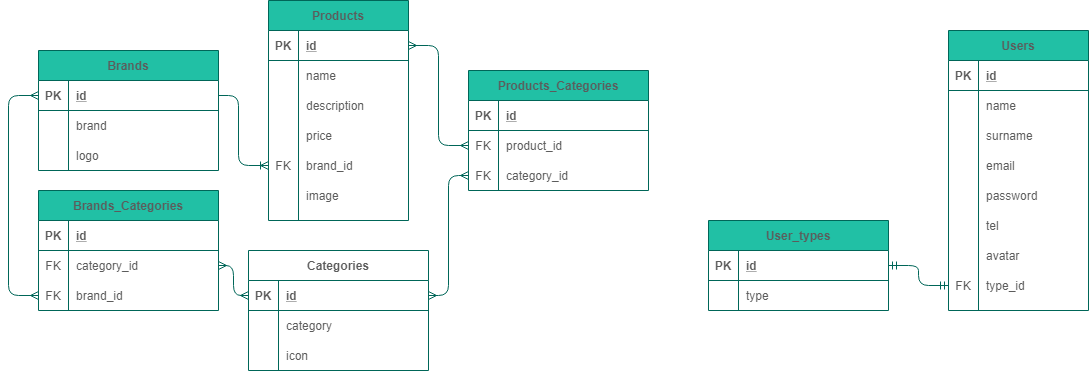
The draw.io diagram design/DER-toolbox.png in marianoueb/grupo_2_nombreadefinir, before a commit. Source tidied: cells renumbered, new cells last; positions are measured from the earlier drawing's top-left corner, leaving out a move shared by most shapes.
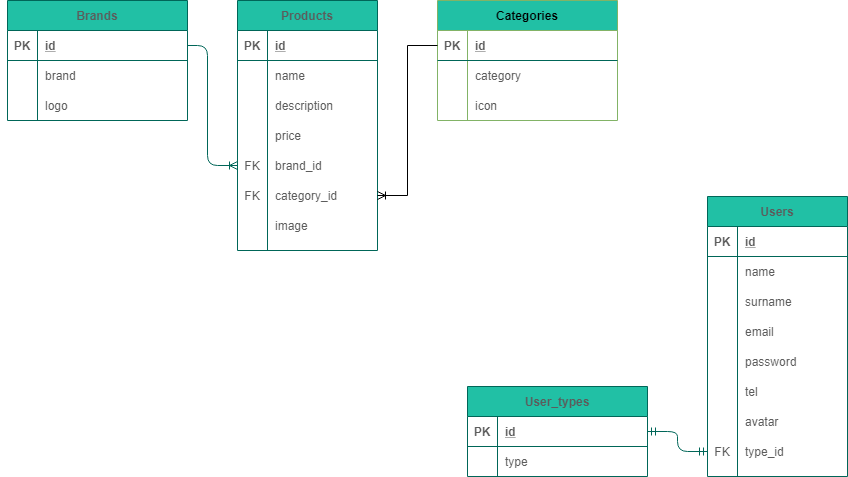
After the commit.

The edit, as a diff of the source:
```diff
@@ -3,7 +3,7 @@
     <mxCell id="0" />
     <mxCell id="1" parent="0" />
     <mxCell id="2" value="Users" style="shape=table;startSize=30;rowLines=0;fontStyle=1;align=center;fillColor=#21C0A5;strokeColor=#006658;fontColor=#5C5C5C;" parent="1" vertex="1">
-      <mxGeometry x="970" y="30" width="140" height="280" as="geometry" />
+      <mxGeometry x="840" y="310" width="140" height="280" as="geometry" />
     </mxCell>
     <mxCell id="3" style="shape=partialRectangle;fillColor=none;top=0;left=0;bottom=1;right=0;strokeColor=#006658;fontColor=#5C5C5C;" parent="2" vertex="1">
       <mxGeometry y="30" width="140" height="30" as="geometry" />
@@ -78,7 +78,7 @@
       <mxGeometry x="30" width="110" height="30" as="geometry" />
     </mxCell>
     <mxCell id="27" value="Products" style="shape=table;startSize=30;rowLines=0;fontStyle=1;align=center;fillColor=#21C0A5;strokeColor=#006658;fontColor=#5C5C5C;" parent="1" vertex="1">
-      <mxGeometry x="290" width="140" height="220" as="geometry" />
+      <mxGeometry x="370" y="114" width="140" height="250" as="geometry" />
     </mxCell>
     <mxCell id="28" style="shape=partialRectangle;fillColor=none;top=0;left=0;bottom=1;right=0;points=[[0,0.5],[1,0.5]];portConstraint=eastwest;strokeColor=#006658;fontColor=#5C5C5C;" parent="27" vertex="1">
       <mxGeometry y="30" width="140" height="30" as="geometry" />
@@ -125,8 +125,17 @@
     <mxCell id="42" value="brand_id" style="shape=partialRectangle;fillColor=none;top=0;left=0;bottom=0;right=0;align=left;spacingLeft=6;overflow=hidden;strokeColor=#006658;fontColor=#5C5C5C;" parent="40" vertex="1">
       <mxGeometry x="30" width="110" height="30" as="geometry" />
     </mxCell>
+    <mxCell id="100" style="shape=partialRectangle;fillColor=none;top=0;left=0;bottom=0;right=0;points=[[0,0.5],[1,0.5]];portConstraint=eastwest;strokeColor=#006658;fontColor=#5C5C5C;" parent="27" vertex="1">
+      <mxGeometry y="180" width="140" height="30" as="geometry" />
+    </mxCell>
+    <mxCell id="101" value="FK" style="shape=partialRectangle;fillColor=none;top=0;left=0;bottom=0;right=0;overflow=hidden;strokeColor=#006658;fontColor=#5C5C5C;" parent="100" vertex="1">
+      <mxGeometry width="30" height="30" as="geometry" />
+    </mxCell>
+    <mxCell id="102" value="category_id" style="shape=partialRectangle;fillColor=none;top=0;left=0;bottom=0;right=0;align=left;spacingLeft=6;overflow=hidden;strokeColor=#006658;fontColor=#5C5C5C;" parent="100" vertex="1">
+      <mxGeometry x="30" width="110" height="30" as="geometry" />
+    </mxCell>
     <mxCell id="43" style="shape=partialRectangle;fillColor=none;top=0;left=0;bottom=0;right=0;strokeColor=#006658;fontColor=#5C5C5C;" parent="27" vertex="1">
-      <mxGeometry y="180" width="140" height="30" as="geometry" />
+      <mxGeometry y="210" width="140" height="30" as="geometry" />
     </mxCell>
     <mxCell id="44" style="shape=partialRectangle;fillColor=none;top=0;left=0;bottom=0;right=0;overflow=hidden;strokeColor=#006658;fontColor=#5C5C5C;" parent="43" vertex="1">
       <mxGeometry width="30" height="30" as="geometry" />
@@ -134,8 +143,8 @@
     <mxCell id="45" value="image" style="shape=partialRectangle;fillColor=none;top=0;left=0;bottom=0;right=0;align=left;spacingLeft=6;overflow=hidden;strokeColor=#006658;fontColor=#5C5C5C;" parent="43" vertex="1">
       <mxGeometry x="30" width="110" height="30" as="geometry" />
     </mxCell>
-    <mxCell id="46" value="Brands" style="shape=table;startSize=30;rowLines=0;fontStyle=1;align=center;fillColor=#21C0A5;strokeColor=#006658;fontColor=#5C5C5C;" parent="1" vertex="1">
-      <mxGeometry x="60" y="50" width="180" height="120" as="geometry" />
+    <mxCell id="46" value="Brands" style="shape=table;startSize=30;rowLines=0;fontStyle=1;align=center;strokeColor=#006658;fontColor=#5C5C5C;fillColor=#21C0A5;" parent="1" vertex="1">
+      <mxGeometry x="140" y="114" width="180" height="120" as="geometry" />
     </mxCell>
     <mxCell id="47" style="shape=partialRectangle;fillColor=none;top=0;left=0;bottom=1;right=0;points=[[0,0.5],[1,0.5]];portConstraint=eastwest;strokeColor=#006658;fontColor=#5C5C5C;" parent="46" vertex="1">
       <mxGeometry y="30" width="180" height="30" as="geometry" />
@@ -164,8 +173,8 @@
     <mxCell id="55" value="logo" style="shape=partialRectangle;fillColor=none;top=0;left=0;bottom=0;right=0;align=left;spacingLeft=6;overflow=hidden;strokeColor=#006658;fontColor=#5C5C5C;" parent="53" vertex="1">
       <mxGeometry x="30" width="150" height="30" as="geometry" />
     </mxCell>
-    <mxCell id="56" value="Categories" style="shape=table;startSize=30;rowLines=0;fontStyle=1;align=center;strokeColor=#006658;fontColor=#5C5C5C;fillColor=none;" parent="1" vertex="1">
-      <mxGeometry x="270" y="250" width="180" height="120" as="geometry" />
+    <mxCell id="56" value="Categories" style="shape=table;startSize=30;rowLines=0;fontStyle=1;align=center;strokeColor=#82b366;fillColor=#21C0A5;" parent="1" vertex="1">
+      <mxGeometry x="570" y="114" width="180" height="120" as="geometry" />
     </mxCell>
     <mxCell id="57" style="shape=partialRectangle;fillColor=none;top=0;left=0;bottom=1;right=0;points=[[0,0.5],[1,0.5]];portConstraint=eastwest;strokeColor=#006658;fontColor=#5C5C5C;" parent="56" vertex="1">
       <mxGeometry y="30" width="180" height="30" as="geometry" />
@@ -195,7 +204,7 @@
       <mxGeometry x="30" width="150" height="30" as="geometry" />
     </mxCell>
     <mxCell id="66" value="User_types" style="shape=table;startSize=30;rowLines=0;fontStyle=1;align=center;fillColor=#21C0A5;strokeColor=#006658;fontColor=#5C5C5C;" parent="1" vertex="1">
-      <mxGeometry x="730" y="220" width="180" height="90" as="geometry" />
+      <mxGeometry x="600" y="500" width="180" height="90" as="geometry" />
     </mxCell>
     <mxCell id="67" style="shape=partialRectangle;fillColor=none;top=0;left=0;bottom=1;right=0;points=[[0,0.5],[1,0.5]];portConstraint=eastwest;strokeColor=#006658;fontColor=#5C5C5C;" parent="66" vertex="1">
       <mxGeometry y="30" width="180" height="30" as="geometry" />
@@ -221,93 +230,16 @@
     <mxCell id="74" style="edgeStyle=entityRelationEdgeStyle;fontSize=12;html=1;endArrow=ERoneToMany;fontColor=#5C5C5C;entryX=0;entryY=0.5;entryDx=0;entryDy=0;exitX=0;exitY=0.5;exitDx=0;exitDy=0;strokeColor=none;" parent="1" edge="1" source="47" target="40">
       <mxGeometry relative="1" as="geometry" />
     </mxCell>
-    <mxCell id="75" style="edgeStyle=elbowEdgeStyle;fontSize=12;html=1;endArrow=ERmany;startArrow=ERmany;exitX=1;exitY=0.5;exitDx=0;exitDy=0;strokeColor=#006658;fontColor=#5C5C5C;entryX=0;entryY=0.5;entryDx=0;entryDy=0;" parent="1" edge="1" source="28" target="93">
-      <mxGeometry relative="1" as="geometry">
-        <Array as="points">
-          <mxPoint x="460" y="80" />
-        </Array>
-      </mxGeometry>
-    </mxCell>
-    <mxCell id="76" value="Brands_Categories" style="shape=table;startSize=30;rowLines=0;fontStyle=1;align=center;fillColor=#21C0A5;strokeColor=#006658;fontColor=#5C5C5C;" parent="1" vertex="1">
-      <mxGeometry x="60" y="190" width="180" height="120" as="geometry" />
-    </mxCell>
-    <mxCell id="77" style="shape=partialRectangle;fillColor=none;top=0;left=0;bottom=1;right=0;strokeColor=#006658;fontColor=#5C5C5C;" parent="76" vertex="1">
-      <mxGeometry y="30" width="180" height="30" as="geometry" />
-    </mxCell>
-    <mxCell id="78" value="PK" style="shape=partialRectangle;fillColor=none;top=0;left=0;bottom=0;right=0;fontStyle=1;overflow=hidden;strokeColor=#006658;fontColor=#5C5C5C;" parent="77" vertex="1">
-      <mxGeometry width="30" height="30" as="geometry" />
-    </mxCell>
-    <mxCell id="79" value="id" style="shape=partialRectangle;fillColor=none;top=0;left=0;bottom=0;right=0;align=left;spacingLeft=6;fontStyle=5;overflow=hidden;strokeColor=#006658;fontColor=#5C5C5C;" parent="77" vertex="1">
-      <mxGeometry x="30" width="150" height="30" as="geometry" />
-    </mxCell>
-    <mxCell id="80" style="shape=partialRectangle;fillColor=none;top=0;left=0;bottom=0;right=0;points=[[0,0.5],[1,0.5]];portConstraint=eastwest;strokeColor=#006658;fontColor=#5C5C5C;" parent="76" vertex="1">
-      <mxGeometry y="60" width="180" height="30" as="geometry" />
-    </mxCell>
-    <mxCell id="81" value="FK" style="shape=partialRectangle;fillColor=none;top=0;left=0;bottom=0;right=0;overflow=hidden;strokeColor=#006658;fontColor=#5C5C5C;" parent="80" vertex="1">
-      <mxGeometry width="30" height="30" as="geometry" />
-    </mxCell>
-    <mxCell id="82" value="category_id" style="shape=partialRectangle;fillColor=none;top=0;left=0;bottom=0;right=0;align=left;spacingLeft=6;overflow=hidden;strokeColor=#006658;fontColor=#5C5C5C;" parent="80" vertex="1">
-      <mxGeometry x="30" width="150" height="30" as="geometry" />
-    </mxCell>
-    <mxCell id="83" style="shape=partialRectangle;fillColor=none;top=0;left=0;bottom=0;right=0;points=[[0,0.5],[1,0.5]];portConstraint=eastwest;strokeColor=#006658;fontColor=#5C5C5C;" parent="76" vertex="1">
-      <mxGeometry y="90" width="180" height="30" as="geometry" />
-    </mxCell>
-    <mxCell id="84" value="FK" style="shape=partialRectangle;fillColor=none;top=0;left=0;bottom=0;right=0;overflow=hidden;strokeColor=#006658;fontColor=#5C5C5C;" parent="83" vertex="1">
-      <mxGeometry width="30" height="30" as="geometry" />
-    </mxCell>
-    <mxCell id="85" value="brand_id" style="shape=partialRectangle;fillColor=none;top=0;left=0;bottom=0;right=0;align=left;spacingLeft=6;overflow=hidden;strokeColor=#006658;fontColor=#5C5C5C;" parent="83" vertex="1">
-      <mxGeometry x="30" width="150" height="30" as="geometry" />
-    </mxCell>
     <mxCell id="86" style="edgeStyle=elbowEdgeStyle;fontSize=12;html=1;endArrow=ERoneToMany;fontColor=#5C5C5C;strokeColor=#006658;fillColor=#21C0A5;entryX=0;entryY=0.5;entryDx=0;entryDy=0;exitX=1;exitY=0.5;exitDx=0;exitDy=0;" parent="1" edge="1" source="47" target="40">
       <mxGeometry relative="1" as="geometry">
         <Array as="points">
-          <mxPoint x="260" y="80" />
-          <mxPoint y="160" />
+          <mxPoint x="340" y="194" />
+          <mxPoint x="80" y="274" />
         </Array>
       </mxGeometry>
     </mxCell>
-    <mxCell id="87" style="edgeStyle=elbowEdgeStyle;fontSize=12;html=1;endArrow=ERmany;startArrow=ERmany;fontColor=#5C5C5C;strokeColor=#006658;fillColor=#21C0A5;exitX=1;exitY=0.5;exitDx=0;exitDy=0;entryX=0;entryY=0.5;entryDx=0;entryDy=0;" parent="1" edge="1" source="80" target="57">
-      <mxGeometry relative="1" as="geometry" />
-    </mxCell>
-    <mxCell id="88" style="edgeStyle=elbowEdgeStyle;fontSize=12;html=1;endArrow=ERmany;startArrow=ERmany;fontColor=#5C5C5C;strokeColor=#006658;fillColor=#21C0A5;entryX=0;entryY=0.5;entryDx=0;entryDy=0;exitX=0;exitY=0.5;exitDx=0;exitDy=0;" parent="1" edge="1" source="83" target="47">
-      <mxGeometry relative="1" as="geometry">
-        <Array as="points">
-          <mxPoint x="30" y="300" />
-        </Array>
-      </mxGeometry>
-    </mxCell>
-    <mxCell id="89" value="Products_Categories" style="shape=table;startSize=30;rowLines=0;fontStyle=1;align=center;fillColor=#21C0A5;strokeColor=#006658;fontColor=#5C5C5C;" parent="1" vertex="1">
-      <mxGeometry x="490" y="70" width="180" height="120" as="geometry" />
-    </mxCell>
-    <mxCell id="90" style="shape=partialRectangle;fillColor=none;top=0;left=0;bottom=1;right=0;strokeColor=#006658;fontColor=#5C5C5C;" parent="89" vertex="1">
-      <mxGeometry y="30" width="180" height="30" as="geometry" />
-    </mxCell>
-    <mxCell id="91" value="PK" style="shape=partialRectangle;fillColor=none;top=0;left=0;bottom=0;right=0;fontStyle=1;overflow=hidden;strokeColor=#006658;fontColor=#5C5C5C;" parent="90" vertex="1">
-      <mxGeometry width="30" height="30" as="geometry" />
-    </mxCell>
-    <mxCell id="92" value="id" style="shape=partialRectangle;fillColor=none;top=0;left=0;bottom=0;right=0;align=left;spacingLeft=6;fontStyle=5;overflow=hidden;strokeColor=#006658;fontColor=#5C5C5C;" parent="90" vertex="1">
-      <mxGeometry x="30" width="150" height="30" as="geometry" />
-    </mxCell>
-    <mxCell id="93" style="shape=partialRectangle;fillColor=none;top=0;left=0;bottom=0;right=0;points=[[0,0.5],[1,0.5]];portConstraint=eastwest;strokeColor=#006658;fontColor=#5C5C5C;" parent="89" vertex="1">
-      <mxGeometry y="60" width="180" height="30" as="geometry" />
-    </mxCell>
-    <mxCell id="94" value="FK" style="shape=partialRectangle;fillColor=none;top=0;left=0;bottom=0;right=0;overflow=hidden;strokeColor=#006658;fontColor=#5C5C5C;" parent="93" vertex="1">
-      <mxGeometry width="30" height="30" as="geometry" />
-    </mxCell>
-    <mxCell id="95" value="product_id" style="shape=partialRectangle;fillColor=none;top=0;left=0;bottom=0;right=0;align=left;spacingLeft=6;overflow=hidden;strokeColor=#006658;fontColor=#5C5C5C;" parent="93" vertex="1">
-      <mxGeometry x="30" width="150" height="30" as="geometry" />
-    </mxCell>
-    <mxCell id="96" style="shape=partialRectangle;fillColor=none;top=0;left=0;bottom=0;right=0;points=[[0,0.5],[1,0.5]];portConstraint=eastwest;strokeColor=#006658;fontColor=#5C5C5C;" parent="89" vertex="1">
-      <mxGeometry y="90" width="180" height="30" as="geometry" />
-    </mxCell>
-    <mxCell id="97" value="FK" style="shape=partialRectangle;fillColor=none;top=0;left=0;bottom=0;right=0;overflow=hidden;strokeColor=#006658;fontColor=#5C5C5C;" parent="96" vertex="1">
-      <mxGeometry width="30" height="30" as="geometry" />
-    </mxCell>
-    <mxCell id="98" value="category_id" style="shape=partialRectangle;fillColor=none;top=0;left=0;bottom=0;right=0;align=left;spacingLeft=6;overflow=hidden;strokeColor=#006658;fontColor=#5C5C5C;" parent="96" vertex="1">
-      <mxGeometry x="30" width="150" height="30" as="geometry" />
-    </mxCell>
-    <mxCell id="99" style="edgeStyle=elbowEdgeStyle;fontSize=12;html=1;endArrow=ERmany;startArrow=ERmany;fontColor=#5C5C5C;strokeColor=#006658;fillColor=#21C0A5;exitX=1;exitY=0.5;exitDx=0;exitDy=0;entryX=0;entryY=0.5;entryDx=0;entryDy=0;" parent="1" edge="1" source="57" target="96">
-      <mxGeometry relative="1" as="geometry" />
-    </mxCell>
+    <mxCell id="103" style="edgeStyle=orthogonalEdgeStyle;rounded=0;jettySize=auto;html=1;exitX=0;exitY=0.5;exitDx=0;exitDy=0;entryX=1;entryY=0.5;entryDx=0;entryDy=0;endArrow=ERoneToMany;endFill=0;" parent="1" edge="1" source="57" target="100">
+      <mxGeometry relative="1" as="geometry" />
+    </mxCell>
   </root>
 </mxGraphModel>
```
